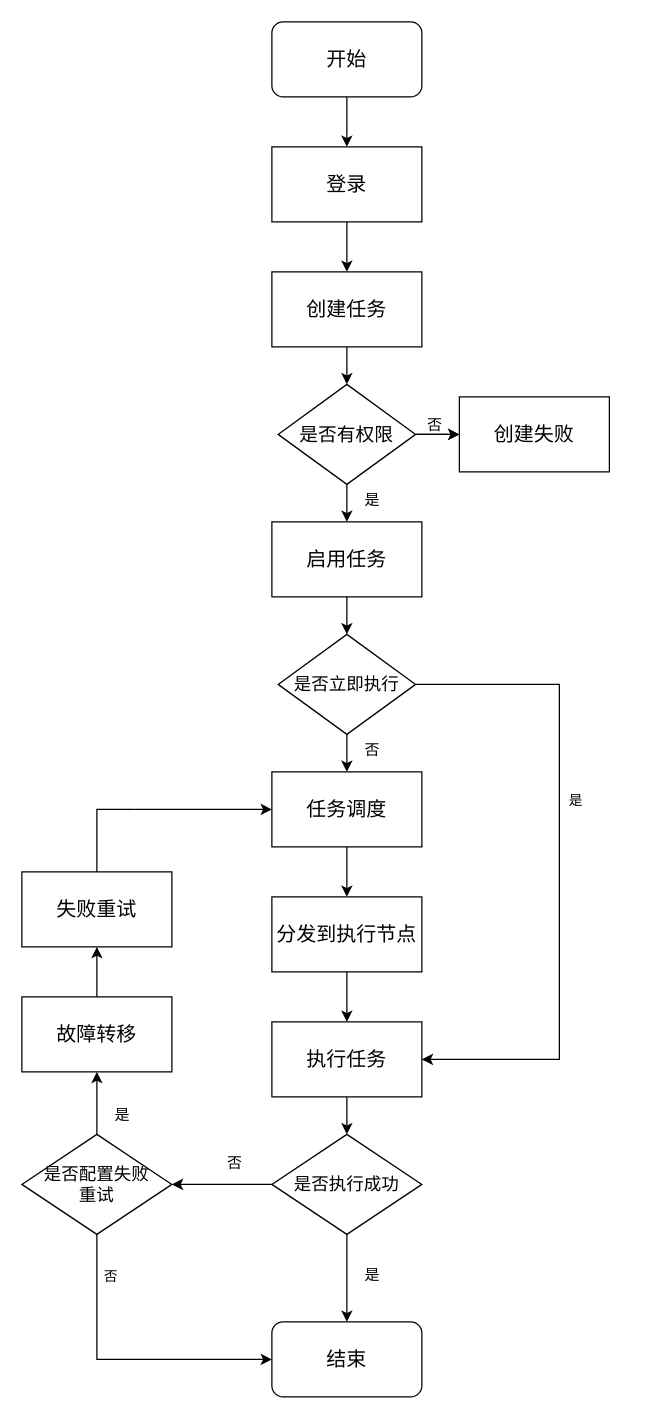
The draw.io diagram 系统流程图.drawio in tianshengdiwangK/common, before the edit. Source tidied: cells renumbered, new cells numbered last; positions are measured from the earlier drawing's top-left corner, leaving out a move shared by most shapes. Both pictures are drawn from the tidied source at 125%, with x=0, y=0 at pixel (21, 21).
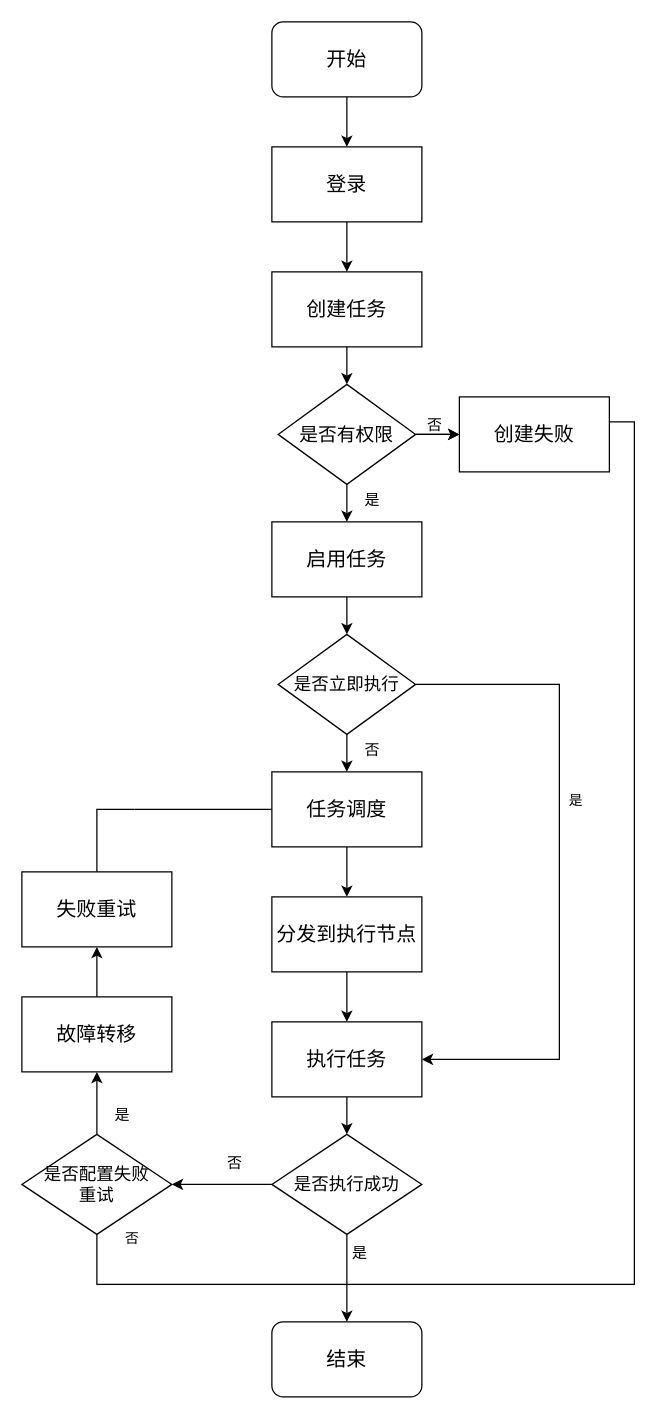
The same page after the edit.

Commit message:
更新系统流程图.drawio

Unchanged cells that the change refers to:
```xml
<mxCell id="21" value="&lt;font style=&quot;font-size: 16px;&quot;&gt;任务调度&lt;/font&gt;" style="rounded=0;whiteSpace=wrap;html=1;" parent="1" vertex="1">
  <mxGeometry x="200" y="600" width="120" height="60" as="geometry" />
</mxCell>
<mxCell id="32" value="&lt;font style=&quot;font-size: 16px;&quot;&gt;结束&lt;/font&gt;" style="rounded=1;whiteSpace=wrap;html=1;" parent="1" vertex="1">
  <mxGeometry x="200" y="1040" width="120" height="60" as="geometry" />
</mxCell>
<mxCell id="36" value="&lt;font style=&quot;font-size: 14px;&quot;&gt;是否配置失败&lt;br&gt;重试&lt;/font&gt;" style="rhombus;whiteSpace=wrap;html=1;" parent="1" vertex="1">
  <mxGeometry y="890" width="120" height="80" as="geometry" />
</mxCell>
```

Change to the diagram source:
```diff
@@
+    <mxCell id="44" style="edgeStyle=orthogonalEdgeStyle;rounded=0;orthogonalLoop=1;jettySize=auto;html=1;endArrow=none;endFill=0;" parent="1" edge="1">
+      <mxGeometry relative="1" as="geometry">
+        <mxPoint x="470" y="320" as="sourcePoint" />
+        <mxPoint x="260" y="1010" as="targetPoint" />
+        <Array as="points">
+          <mxPoint x="490" y="320" />
+          <mxPoint x="490" y="1010" />
+          <mxPoint x="280" y="1010" />
+        </Array>
+      </mxGeometry>
+    </mxCell>
@@
-    <mxCell id="20" style="edgeStyle=orthogonalEdgeStyle;rounded=0;jettySize=auto;html=1;startArrow=classic;startFill=1;endArrow=none;endFill=0;" parent="1" edge="1" source="21">
+    <mxCell id="20" style="edgeStyle=orthogonalEdgeStyle;rounded=0;jettySize=auto;html=1;startArrow=none;startFill=0;endArrow=none;endFill=0;" parent="1" edge="1" source="21">
       <mxGeometry relative="1" as="geometry">
         <mxPoint x="90" y="630" as="targetPoint" />
       </mxGeometry>
     </mxCell>
@@
-    <mxCell id="33" style="edgeStyle=orthogonalEdgeStyle;rounded=0;jettySize=auto;html=1;entryX=0;entryY=0.5;entryDx=0;entryDy=0;exitX=0.5;exitY=1;exitDx=0;exitDy=0;" parent="1" edge="1" source="36" target="32">
-      <mxGeometry relative="1" as="geometry" />
+    <mxCell id="33" style="edgeStyle=orthogonalEdgeStyle;rounded=0;jettySize=auto;html=1;exitX=0.5;exitY=1;exitDx=0;exitDy=0;endArrow=none;endFill=0;" parent="1" edge="1" source="36">
+      <mxGeometry relative="1" as="geometry">
+        <mxPoint x="260" y="1010" as="targetPoint" />
+        <Array as="points">
+          <mxPoint x="60" y="1010" />
+          <mxPoint x="251" y="1010" />
+        </Array>
+      </mxGeometry>
     </mxCell>
@@
     <mxCell id="42" value="是" style="text;html=1;align=center;verticalAlign=middle;strokeColor=none;fillColor=none;" parent="1" vertex="1">
-      <mxGeometry x="260" y="988" width="40" height="30" as="geometry" />
+      <mxGeometry x="250" y="970" width="40" height="30" as="geometry" />
     </mxCell>
```
